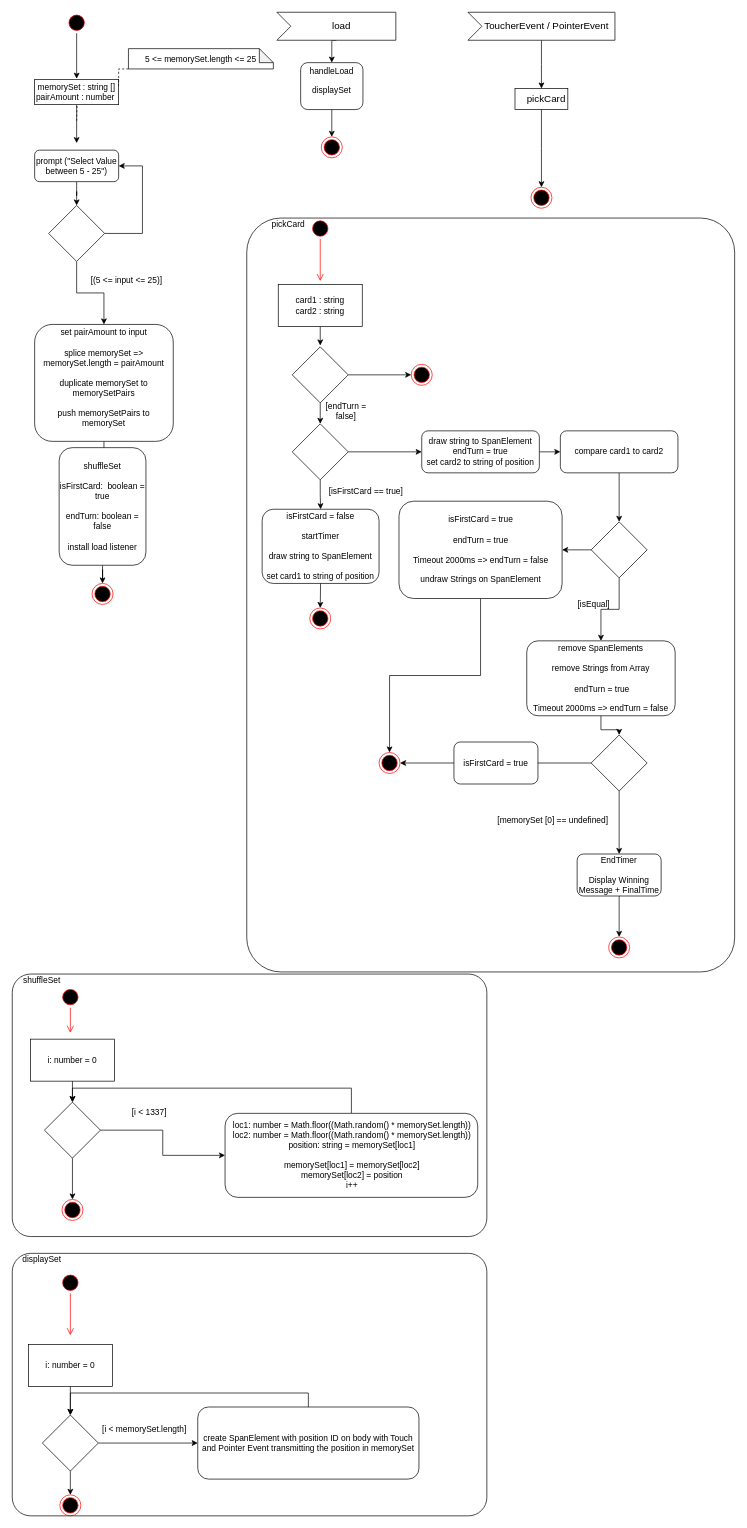
Before: Untitled Diagram.drawio in huehneja/EIA2_SoSe2022, a draw.io diagram. Source tidied: cells renumbered, new cells numbered last; positions are measured from the earlier drawing's top-left corner, leaving out a move shared by most shapes. Both pictures are drawn from the tidied source at 70%, with x=0, y=0 at pixel (12, 12).
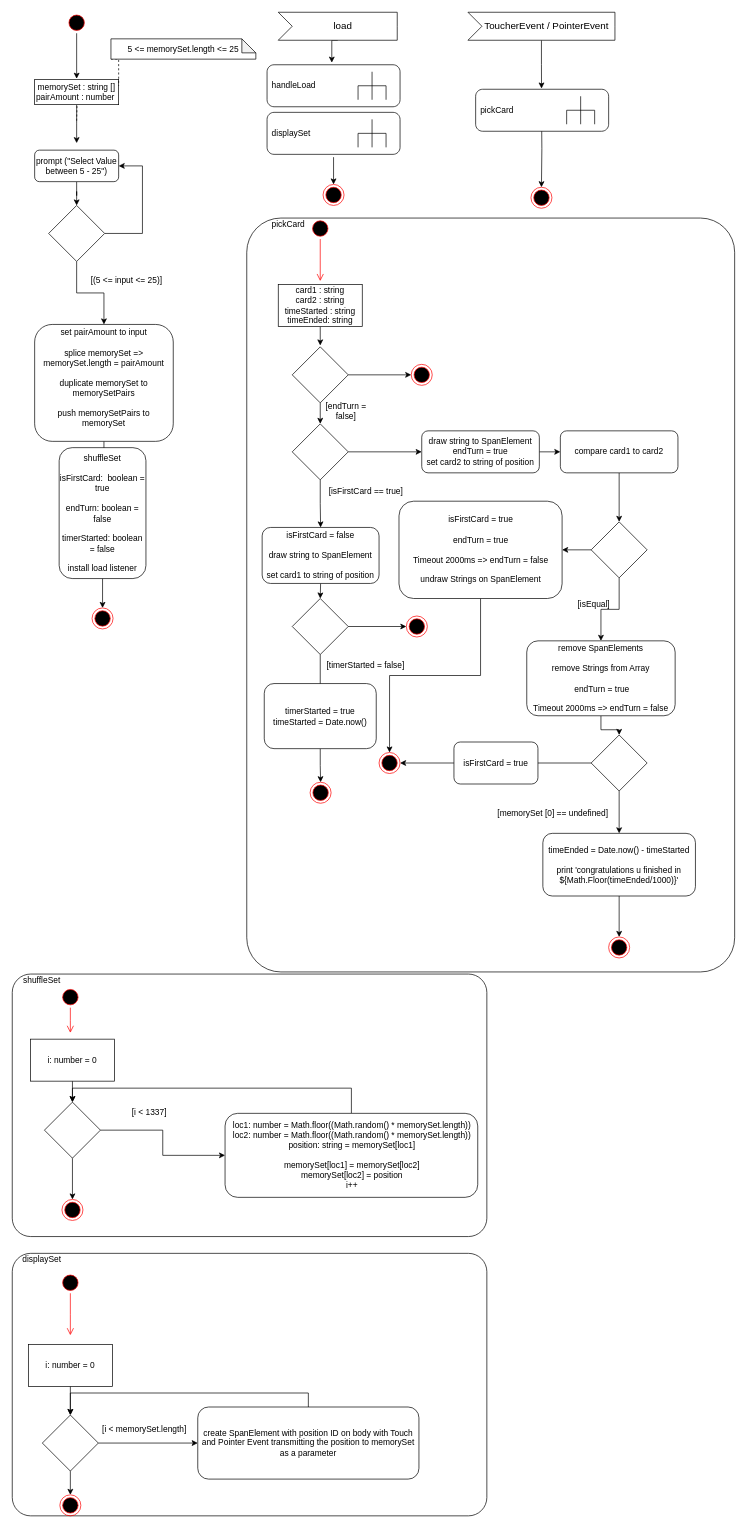
The same page after the edit.

Commit message:
Alles gut

The change refers to these unchanged cells:
```xml
<mxCell id="5" value="ToucherEvent / PointerEvent" style="html=1;shape=mxgraph.infographic.ribbonSimple;notch1=20;notch2=0;align=center;verticalAlign=middle;fontSize=14;fontStyle=0;fillColor=#FFFFFF;flipH=0;spacingRight=0;spacingLeft=14;" parent="1" vertex="1">
  <mxGeometry x="651" width="210" height="40" as="geometry" />
</mxCell>
<mxCell id="7" style="ellipse;html=1;shape=endState;fillColor=#000000;strokeColor=#ff0000;" parent="1" vertex="1">
  <mxGeometry x="741" y="250" width="30" height="30" as="geometry" />
</mxCell>
```

Change to the diagram source:
```diff
@@
-    <mxCell id="2" style="edgeStyle=orthogonalEdgeStyle;rounded=0;jettySize=auto;html=1;exitX=0;exitY=0;exitDx=85;exitDy=40;exitPerimeter=0;entryX=0.5;entryY=0;entryDx=0;entryDy=0;" parent="1" edge="1" source="3" target="41">
-      <mxGeometry relative="1" as="geometry" />
+    <mxCell id="2" style="edgeStyle=orthogonalEdgeStyle;rounded=0;jettySize=auto;html=1;exitX=0;exitY=0;exitDx=85;exitDy=40;exitPerimeter=0;entryX=0.5;entryY=0;entryDx=0;entryDy=0;" parent="1" edge="1" source="3">
+      <mxGeometry relative="1" as="geometry">
+        <mxPoint x="456.5" y="72" as="targetPoint" />
+      </mxGeometry>
     </mxCell>
     <mxCell id="3" value="load" style="html=1;shape=mxgraph.infographic.ribbonSimple;notch1=20;notch2=0;align=center;verticalAlign=middle;fontSize=14;fontStyle=0;fillColor=#FFFFFF;flipH=0;spacingRight=0;spacingLeft=14;" parent="1" vertex="1">
-      <mxGeometry x="378" width="170" height="40" as="geometry" />
+      <mxGeometry x="380" width="170" height="40" as="geometry" />
     </mxCell>
-    <mxCell id="4" style="edgeStyle=orthogonalEdgeStyle;rounded=0;jettySize=auto;html=1;" parent="1" edge="1" source="5" target="6">
-      <mxGeometry relative="1" as="geometry" />
+    <mxCell id="4" style="edgeStyle=orthogonalEdgeStyle;rounded=0;jettySize=auto;html=1;" parent="1" edge="1" source="5">
+      <mxGeometry relative="1" as="geometry">
+        <mxPoint x="756.1" y="109" as="targetPoint" />
+      </mxGeometry>
     </mxCell>
@@
-    <mxCell id="6" value="pickCard" style="whiteSpace=wrap;html=1;fontSize=14;fontStyle=0;fillColor=#FFFFFF;spacingLeft=14;spacingRight=0;" parent="1" vertex="1">
-      <mxGeometry x="718.2" y="109" width="75.5" height="30" as="geometry" />
-    </mxCell>
@@
-    <mxCell id="8" style="edgeStyle=orthogonalEdgeStyle;rounded=0;jettySize=auto;html=1;" parent="1" edge="1" source="6" target="7">
-      <mxGeometry relative="1" as="geometry" />
+    <mxCell id="8" style="edgeStyle=orthogonalEdgeStyle;rounded=0;jettySize=auto;html=1;" parent="1" edge="1" target="7">
+      <mxGeometry relative="1" as="geometry">
+        <mxPoint x="756.1" y="139" as="sourcePoint" />
+      </mxGeometry>
     </mxCell>
@@
     <mxCell id="15" value="5 &amp;lt;= memorySet.length &amp;lt;= 25" style="shape=note;whiteSpace=wrap;html=1;backgroundOutline=1;darkOpacity=0.05;rounded=0;size=20;" parent="1" vertex="1">
-      <mxGeometry x="166" y="52" width="207" height="29" as="geometry" />
+      <mxGeometry x="141" y="38" width="207" height="29" as="geometry" />
     </mxCell>
@@
-    <mxCell id="26" value="shuffleSet&lt;br&gt;&lt;br&gt;&lt;font style=&quot;font-size: 12px&quot;&gt;isFirstCard: &amp;nbsp;boolean = true&lt;br&gt;&lt;br&gt;endTurn: boolean = false&lt;br&gt;&lt;/font&gt;&lt;br&gt;install load listener" style="whiteSpace=wrap;html=1;rounded=1;" parent="1" vertex="1">
-      <mxGeometry x="67" y="622" width="124" height="168" as="geometry" />
+    <mxCell id="26" value="shuffleSet&lt;br&gt;&lt;br&gt;&lt;font style=&quot;font-size: 12px&quot;&gt;isFirstCard: &amp;nbsp;boolean = true&lt;br&gt;&lt;br&gt;endTurn: boolean = false&lt;br&gt;&lt;/font&gt;&lt;br&gt;timerStarted: boolean = false&lt;br&gt;&lt;br&gt;install load listener" style="whiteSpace=wrap;html=1;rounded=1;" parent="1" vertex="1">
+      <mxGeometry x="67" y="622" width="124" height="187" as="geometry" />
     </mxCell>
@@
-    <mxCell id="40" style="edgeStyle=orthogonalEdgeStyle;rounded=0;jettySize=auto;html=1;exitX=0.5;exitY=1;exitDx=0;exitDy=0;entryX=0.5;entryY=0;entryDx=0;entryDy=0;" parent="1" edge="1" source="41" target="55">
-      <mxGeometry relative="1" as="geometry" />
+    <mxCell id="40" style="edgeStyle=orthogonalEdgeStyle;rounded=0;jettySize=auto;html=1;exitX=0.5;exitY=1;exitDx=0;exitDy=0;entryX=0.5;entryY=0;entryDx=0;entryDy=0;" parent="1" edge="1" target="55">
+      <mxGeometry relative="1" as="geometry">
+        <mxPoint x="459" y="207" as="sourcePoint" />
+      </mxGeometry>
     </mxCell>
-    <mxCell id="41" value="handleLoad&lt;br&gt;&lt;br&gt;displaySet&lt;br&gt;&lt;span style=&quot;font-size: 14px&quot;&gt;&lt;br&gt;&lt;/span&gt;" style="whiteSpace=wrap;html=1;rounded=1;" parent="1" vertex="1">
-      <mxGeometry x="412" y="72" width="89" height="67" as="geometry" />
-    </mxCell>
@@
-    <mxCell id="52" value="create SpanElement with position ID on body with Touch and Pointer Event transmitting the position in memorySet" style="rounded=1;whiteSpace=wrap;html=1;" parent="1" vertex="1">
+    <mxCell id="52" value="create SpanElement with position ID on body with Touch and Pointer Event transmitting the position to memorySet as a parameter" style="rounded=1;whiteSpace=wrap;html=1;" parent="1" vertex="1">
       <mxGeometry x="265" y="1992.5" width="316" height="103" as="geometry" />
     </mxCell>
@@
     <mxCell id="55" style="ellipse;html=1;shape=endState;fillColor=#000000;strokeColor=#ff0000;rounded=0;" parent="1" vertex="1">
-      <mxGeometry x="441.5" y="178" width="30" height="30" as="geometry" />
+      <mxGeometry x="444" y="246" width="30" height="30" as="geometry" />
     </mxCell>
     <mxCell id="56" style="ellipse;html=1;shape=endState;fillColor=#000000;strokeColor=#ff0000;rounded=0;" parent="1" vertex="1">
-      <mxGeometry x="114" y="816" width="30" height="30" as="geometry" />
+      <mxGeometry x="114" y="851" width="30" height="30" as="geometry" />
     </mxCell>
@@
-    <mxCell id="59" style="edgeStyle=orthogonalEdgeStyle;rounded=0;jettySize=auto;html=1;exitX=0.5;exitY=1;exitDx=0;exitDy=0;entryX=0.5;entryY=0;entryDx=0;entryDy=0;" parent="1" edge="1" target="60">
-      <mxGeometry relative="1" as="geometry">
-        <mxPoint x="440" y="773" as="sourcePoint" />
-      </mxGeometry>
+    <mxCell id="59" style="edgeStyle=orthogonalEdgeStyle;rounded=0;jettySize=auto;html=1;exitX=0.5;exitY=1;exitDx=0;exitDy=0;entryX=0.5;entryY=0;entryDx=0;entryDy=0;startArrow=none;" parent="1" edge="1" source="103" target="60">
+      <mxGeometry relative="1" as="geometry" />
     </mxCell>
     <mxCell id="60" style="ellipse;html=1;shape=endState;fillColor=#000000;strokeColor=#ff0000;rounded=0;" parent="1" vertex="1">
-      <mxGeometry x="425" y="851" width="30" height="30" as="geometry" />
+      <mxGeometry x="425.5" y="1100" width="30" height="30" as="geometry" />
     </mxCell>
@@
+    <mxCell id="97" style="edgeStyle=orthogonalEdgeStyle;rounded=0;jettySize=auto;html=1;exitX=0.5;exitY=1;exitDx=0;exitDy=0;entryX=0.5;entryY=0;entryDx=0;entryDy=0;" parent="1" edge="1" source="64" target="101">
+      <mxGeometry relative="1" as="geometry" />
+    </mxCell>
-    <mxCell id="64" value="isFirstCard = false&lt;br&gt;&lt;br&gt;startTimer&lt;br&gt;&lt;br&gt;draw string to SpanElement&lt;br&gt;&lt;br&gt;set card1 to string of position" style="rounded=1;whiteSpace=wrap;html=1;" parent="1" vertex="1">
-      <mxGeometry x="357" y="710" width="167" height="106" as="geometry" />
+    <mxCell id="64" value="isFirstCard = false&lt;br&gt;&lt;br&gt;draw string to SpanElement&lt;br&gt;&lt;br&gt;set card1 to string of position" style="rounded=1;whiteSpace=wrap;html=1;" parent="1" vertex="1">
+      <mxGeometry x="357" y="736" width="167" height="80" as="geometry" />
     </mxCell>
@@
-    <mxCell id="69" value="card1 : string&lt;br&gt;card2 : string" style="rounded=0;whiteSpace=wrap;html=1;fontSize=12;" parent="1" vertex="1">
+    <mxCell id="69" value="card1 : string&lt;br&gt;card2 : string&lt;br&gt;timeStarted : string&lt;br&gt;timeEnded: string" style="rounded=0;whiteSpace=wrap;html=1;fontSize=12;" parent="1" vertex="1">
       <mxGeometry x="380" y="389" width="120" height="60" as="geometry" />
     </mxCell>
@@
-    <mxCell id="88" value="EndTimer&lt;br&gt;&lt;br&gt;Display Winning Message + FinalTime" style="whiteSpace=wrap;html=1;rounded=1;" parent="1" vertex="1">
-      <mxGeometry x="807" y="1202.5" width="120" height="60" as="geometry" />
+    <mxCell id="88" value="timeEnded = Date.now() - timeStarted&lt;br&gt;&lt;br&gt;print 'congratulations u finished in ${Math.Floor(timeEnded/1000)}'" style="whiteSpace=wrap;html=1;rounded=1;" parent="1" vertex="1">
+      <mxGeometry x="758" y="1173" width="218" height="89.5" as="geometry" />
     </mxCell>
@@
     <mxCell id="90" value="[memorySet [0] == undefined]" style="text;html=1;strokeColor=none;fillColor=none;align=center;verticalAlign=middle;whiteSpace=wrap;rounded=0;fontSize=12;" parent="1" vertex="1">
-      <mxGeometry x="681" y="1140" width="183" height="30" as="geometry" />
+      <mxGeometry x="681" y="1130" width="183" height="30" as="geometry" />
     </mxCell>
@@
+    <mxCell id="98" value="handleLoad" style="shape=mxgraph.uml25.behaviorAction;html=1;rounded=1;absoluteArcSize=1;arcSize=10;align=left;spacingLeft=5;" parent="1" vertex="1">
+      <mxGeometry x="364" y="75" width="190" height="60" as="geometry" />
+    </mxCell>
+    <mxCell id="99" value="displaySet" style="shape=mxgraph.uml25.behaviorAction;html=1;rounded=1;absoluteArcSize=1;arcSize=10;align=left;spacingLeft=5;" parent="1" vertex="1">
+      <mxGeometry x="364" y="143" width="190" height="60" as="geometry" />
+    </mxCell>
+    <mxCell id="6" value="pickCard" style="shape=mxgraph.uml25.behaviorAction;html=1;rounded=1;absoluteArcSize=1;arcSize=10;align=left;spacingLeft=5;" parent="1" vertex="1">
+      <mxGeometry x="662" y="110" width="190" height="60" as="geometry" />
+    </mxCell>
+    <mxCell id="100" style="edgeStyle=orthogonalEdgeStyle;rounded=0;jettySize=auto;html=1;exitX=1;exitY=0.5;exitDx=0;exitDy=0;" parent="1" edge="1" source="101" target="102">
+      <mxGeometry relative="1" as="geometry" />
+    </mxCell>
+    <mxCell id="101" style="rhombus;whiteSpace=wrap;html=1;" parent="1" vertex="1">
+      <mxGeometry x="400" y="837.5" width="80" height="80" as="geometry" />
+    </mxCell>
+    <mxCell id="102" style="ellipse;html=1;shape=endState;fillColor=#000000;strokeColor=#ff0000;" parent="1" vertex="1">
+      <mxGeometry x="563" y="862.5" width="30" height="30" as="geometry" />
+    </mxCell>
+    <mxCell id="103" value="timerStarted = true&lt;br&gt;timeStarted = Date.now()" style="rounded=1;whiteSpace=wrap;html=1;" parent="1" vertex="1">
+      <mxGeometry x="360" y="959" width="160" height="93" as="geometry" />
+    </mxCell>
+    <mxCell id="104" style="edgeStyle=orthogonalEdgeStyle;rounded=0;jettySize=auto;html=1;exitX=0.5;exitY=1;exitDx=0;exitDy=0;entryX=0.5;entryY=0;entryDx=0;entryDy=0;startArrow=none;endArrow=none;" parent="1" edge="1" source="101" target="103">
+      <mxGeometry relative="1" as="geometry" />
+    </mxCell>
+    <mxCell id="105" value="[timerStarted = false]" style="text;html=1;strokeColor=none;fillColor=none;align=center;verticalAlign=middle;whiteSpace=wrap;rounded=0;" parent="1" vertex="1">
+      <mxGeometry x="440" y="917.5" width="130" height="30" as="geometry" />
+    </mxCell>
```
